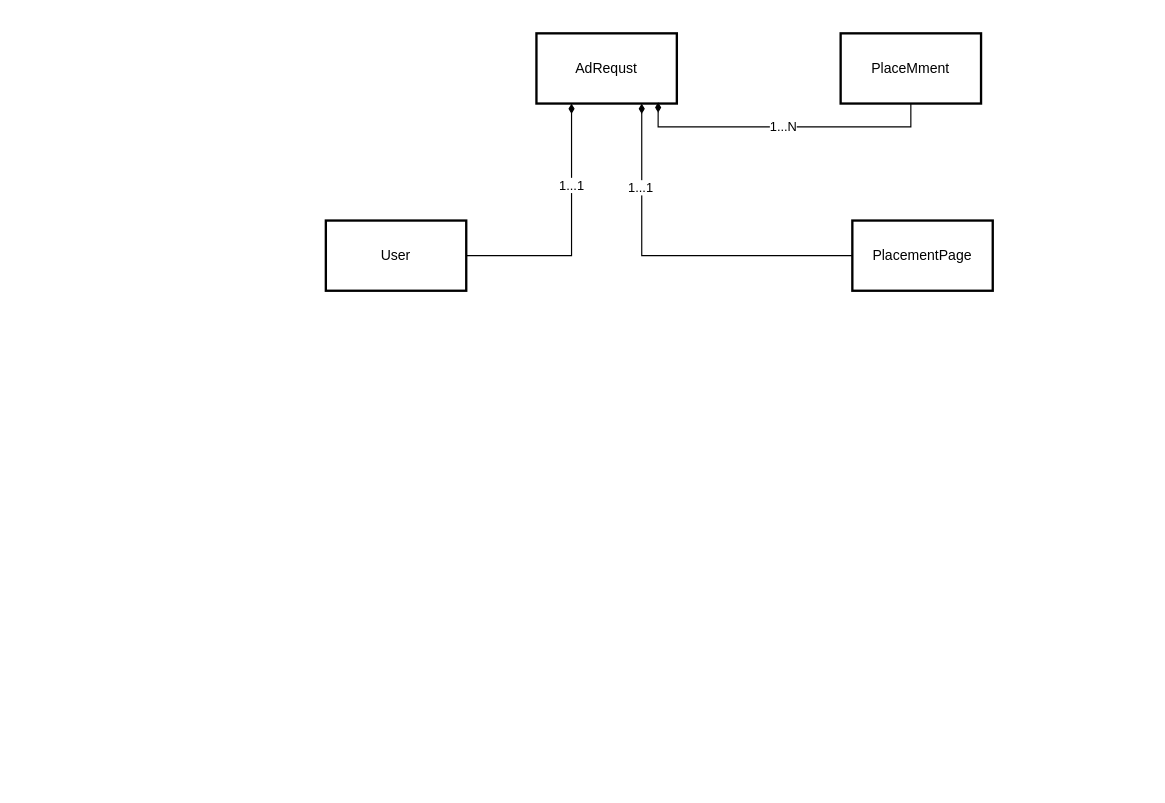
Before: universal-engine/universal_domain_entity.drawio in karlchan-cn/drawio-repository, a draw.io diagram. Source tidied: cells renumbered, new cells numbered last; positions are measured from the earlier drawing's top-left corner, leaving out a move shared by most shapes. Both pictures are drawn from the tidied source at 117%, with x=0, y=0 at pixel (325, 33).
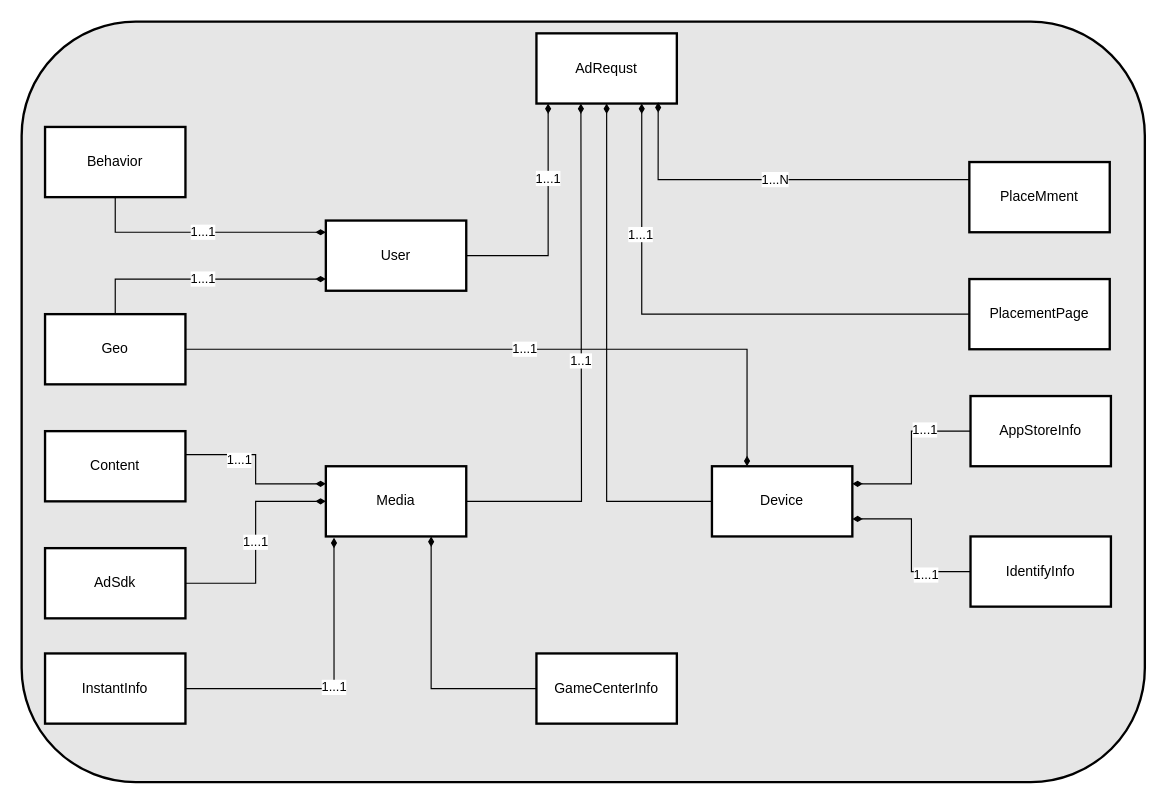
The same page after the edit.

Unchanged cells that the change refers to:
```xml
<mxCell id="2" value="AdRequst" style="rounded=0;whiteSpace=wrap;html=1;fillColor=default;strokeWidth=2;" parent="1" vertex="1">
  <mxGeometry x="180" width="120" height="60" as="geometry" />
</mxCell>
<mxCell id="9" value="User" style="rounded=0;whiteSpace=wrap;html=1;fillColor=default;strokeWidth=2;" parent="1" vertex="1">
  <mxGeometry y="160" width="120" height="60" as="geometry" />
</mxCell>
```

Change to the diagram source:
```diff
@@
+    <mxCell id="10" style="rounded=1;whiteSpace=wrap;html=1;strokeWidth=2;fillColor=#E6E6E6;" parent="1" vertex="1">
+      <mxGeometry x="-260" y="-10" width="960" height="650" as="geometry" />
+    </mxCell>
@@
     <mxCell id="5" value="PlacementPage" style="rounded=0;whiteSpace=wrap;html=1;fillColor=default;strokeWidth=2;" parent="1" vertex="1">
-      <mxGeometry x="450" y="160" width="120" height="60" as="geometry" />
+      <mxGeometry x="550" y="210" width="120" height="60" as="geometry" />
     </mxCell>
-    <mxCell id="6" value="1...N" style="edgeStyle=orthogonalEdgeStyle;rounded=0;jettySize=auto;html=1;entryX=0.867;entryY=0.983;entryDx=0;entryDy=0;entryPerimeter=0;endArrow=diamondThin;endFill=1;" parent="1" edge="1" source="7" target="2">
+    <mxCell id="6" value="1...N" style="edgeStyle=orthogonalEdgeStyle;rounded=0;jettySize=auto;html=1;entryX=0.867;entryY=0.983;entryDx=0;entryDy=0;entryPerimeter=0;endArrow=diamondThin;endFill=1;exitX=0;exitY=0.25;exitDx=0;exitDy=0;" parent="1" edge="1" source="7" target="2">
       <mxGeometry relative="1" as="geometry">
         <Array as="points">
-          <mxPoint x="500" y="80" />
-          <mxPoint x="284" y="80" />
+          <mxPoint x="284" y="125" />
         </Array>
       </mxGeometry>
     </mxCell>
     <mxCell id="7" value="PlaceMment" style="rounded=0;whiteSpace=wrap;html=1;fillColor=default;strokeWidth=2;" parent="1" vertex="1">
-      <mxGeometry x="440" width="120" height="60" as="geometry" />
+      <mxGeometry x="550" y="110" width="120" height="60" as="geometry" />
     </mxCell>
     <mxCell id="8" value="1...1" style="edgeStyle=orthogonalEdgeStyle;rounded=0;jettySize=auto;html=1;endArrow=diamondThin;endFill=1;" parent="1" edge="1" target="2">
       <mxGeometry x="0.36" relative="1" as="geometry">
         <mxPoint x="120" y="190" as="sourcePoint" />
         <Array as="points">
-          <mxPoint x="210" y="190" />
+          <mxPoint x="190" y="190" />
         </Array>
       </mxGeometry>
     </mxCell>
@@
+    <mxCell id="11" value="1...1" style="edgeStyle=orthogonalEdgeStyle;rounded=0;jettySize=auto;html=1;endArrow=diamondThin;endFill=1;" parent="1" edge="1" source="12">
+      <mxGeometry relative="1" as="geometry">
+        <mxPoint y="170" as="targetPoint" />
+        <Array as="points">
+          <mxPoint x="-180" y="170" />
+          <mxPoint y="170" />
+        </Array>
+      </mxGeometry>
+    </mxCell>
+    <mxCell id="12" value="Behavior" style="rounded=0;whiteSpace=wrap;html=1;fillColor=default;strokeWidth=2;" parent="1" vertex="1">
+      <mxGeometry x="-240" y="80" width="120" height="60" as="geometry" />
+    </mxCell>
+    <mxCell id="13" value="1...1" style="edgeStyle=orthogonalEdgeStyle;rounded=0;jettySize=auto;html=1;endArrow=diamondThin;endFill=1;" parent="1" edge="1" source="15" target="9">
+      <mxGeometry relative="1" as="geometry">
+        <Array as="points">
+          <mxPoint x="-180" y="210" />
+        </Array>
+      </mxGeometry>
+    </mxCell>
+    <mxCell id="14" value="1...1" style="edgeStyle=orthogonalEdgeStyle;rounded=0;jettySize=auto;html=1;entryX=0.25;entryY=0;entryDx=0;entryDy=0;endArrow=diamondThin;endFill=1;" parent="1" edge="1" source="15" target="28">
+      <mxGeometry relative="1" as="geometry" />
+    </mxCell>
+    <mxCell id="15" value="Geo" style="rounded=0;whiteSpace=wrap;html=1;fillColor=default;strokeWidth=2;" parent="1" vertex="1">
+      <mxGeometry x="-240" y="240" width="120" height="60" as="geometry" />
+    </mxCell>
+    <mxCell id="16" value="1..1" style="edgeStyle=orthogonalEdgeStyle;rounded=0;jettySize=auto;html=1;endArrow=diamondThin;endFill=1;" parent="1" edge="1" source="17">
+      <mxGeometry relative="1" as="geometry">
+        <mxPoint x="218" y="60" as="targetPoint" />
+      </mxGeometry>
+    </mxCell>
+    <mxCell id="17" value="Media" style="rounded=0;whiteSpace=wrap;html=1;fillColor=default;strokeWidth=2;" parent="1" vertex="1">
+      <mxGeometry y="370" width="120" height="60" as="geometry" />
+    </mxCell>
+    <mxCell id="18" style="edgeStyle=orthogonalEdgeStyle;rounded=0;jettySize=auto;html=1;entryX=0;entryY=0.25;entryDx=0;entryDy=0;endArrow=diamondThin;endFill=1;" parent="1" edge="1" source="20" target="17">
+      <mxGeometry relative="1" as="geometry">
+        <Array as="points">
+          <mxPoint x="-60" y="360" />
+          <mxPoint x="-60" y="385" />
+        </Array>
+      </mxGeometry>
+    </mxCell>
+    <mxCell id="19" value="1...1" style="edgeLabel;html=1;align=center;verticalAlign=middle;" parent="18" vertex="1">
+      <mxGeometry x="-0.38" y="-4" relative="1" as="geometry" />
+    </mxCell>
+    <mxCell id="20" value="Content" style="rounded=0;whiteSpace=wrap;html=1;fillColor=default;strokeWidth=2;" parent="1" vertex="1">
+      <mxGeometry x="-240" y="340" width="120" height="60" as="geometry" />
+    </mxCell>
+    <mxCell id="21" value="1...1" style="edgeStyle=orthogonalEdgeStyle;rounded=0;jettySize=auto;html=1;entryX=0;entryY=0.5;entryDx=0;entryDy=0;endArrow=diamondThin;endFill=1;" parent="1" edge="1" source="22" target="17">
+      <mxGeometry relative="1" as="geometry" />
+    </mxCell>
+    <mxCell id="22" value="AdSdk" style="rounded=0;whiteSpace=wrap;html=1;fillColor=default;strokeWidth=2;" parent="1" vertex="1">
+      <mxGeometry x="-240" y="440" width="120" height="60" as="geometry" />
+    </mxCell>
+    <mxCell id="23" value="1...1" style="edgeStyle=orthogonalEdgeStyle;rounded=0;jettySize=auto;html=1;entryX=0.058;entryY=1.017;entryDx=0;entryDy=0;entryPerimeter=0;endArrow=diamondThin;endFill=1;" parent="1" edge="1" source="24" target="17">
+      <mxGeometry relative="1" as="geometry" />
+    </mxCell>
+    <mxCell id="24" value="InstantInfo" style="rounded=0;whiteSpace=wrap;html=1;fillColor=default;strokeWidth=2;" parent="1" vertex="1">
+      <mxGeometry x="-240" y="530" width="120" height="60" as="geometry" />
+    </mxCell>
+    <mxCell id="25" style="edgeStyle=orthogonalEdgeStyle;rounded=0;jettySize=auto;html=1;entryX=0.75;entryY=1;entryDx=0;entryDy=0;endArrow=diamondThin;endFill=1;" parent="1" edge="1" source="26" target="17">
+      <mxGeometry relative="1" as="geometry" />
+    </mxCell>
+    <mxCell id="26" value="GameCenterInfo" style="rounded=0;whiteSpace=wrap;html=1;fillColor=default;strokeWidth=2;" parent="1" vertex="1">
+      <mxGeometry x="180" y="530" width="120" height="60" as="geometry" />
+    </mxCell>
+    <mxCell id="27" style="edgeStyle=orthogonalEdgeStyle;rounded=0;jettySize=auto;html=1;entryX=0.5;entryY=1;entryDx=0;entryDy=0;endArrow=diamondThin;endFill=1;" parent="1" edge="1" source="28" target="2">
+      <mxGeometry relative="1" as="geometry" />
+    </mxCell>
+    <mxCell id="28" value="Device" style="rounded=0;whiteSpace=wrap;html=1;fillColor=default;strokeWidth=2;" parent="1" vertex="1">
+      <mxGeometry x="330" y="370" width="120" height="60" as="geometry" />
+    </mxCell>
+    <mxCell id="29" style="edgeStyle=orthogonalEdgeStyle;rounded=0;jettySize=auto;html=1;entryX=1;entryY=0.25;entryDx=0;entryDy=0;endArrow=diamondThin;endFill=1;" parent="1" edge="1" source="31" target="28">
+      <mxGeometry relative="1" as="geometry" />
+    </mxCell>
+    <mxCell id="30" value="1...1" style="edgeLabel;html=1;align=center;verticalAlign=middle;" parent="29" vertex="1">
+      <mxGeometry x="-0.45" y="-2" relative="1" as="geometry" />
+    </mxCell>
+    <mxCell id="31" value="AppStoreInfo" style="rounded=0;whiteSpace=wrap;html=1;fillColor=default;strokeWidth=2;" parent="1" vertex="1">
+      <mxGeometry x="551" y="310" width="120" height="60" as="geometry" />
+    </mxCell>
+    <mxCell id="32" style="edgeStyle=orthogonalEdgeStyle;rounded=0;jettySize=auto;html=1;endArrow=diamondThin;endFill=1;entryX=1;entryY=0.75;entryDx=0;entryDy=0;" parent="1" edge="1" source="34" target="28">
+      <mxGeometry relative="1" as="geometry" />
+    </mxCell>
+    <mxCell id="33" value="1...1" style="edgeLabel;html=1;align=center;verticalAlign=middle;" parent="32" vertex="1">
+      <mxGeometry x="-0.47" y="2" relative="1" as="geometry" />
+    </mxCell>
+    <mxCell id="34" value="IdentifyInfo" style="rounded=0;whiteSpace=wrap;html=1;fillColor=default;strokeWidth=2;" parent="1" vertex="1">
+      <mxGeometry x="551" y="430" width="120" height="60" as="geometry" />
+    </mxCell>
```
